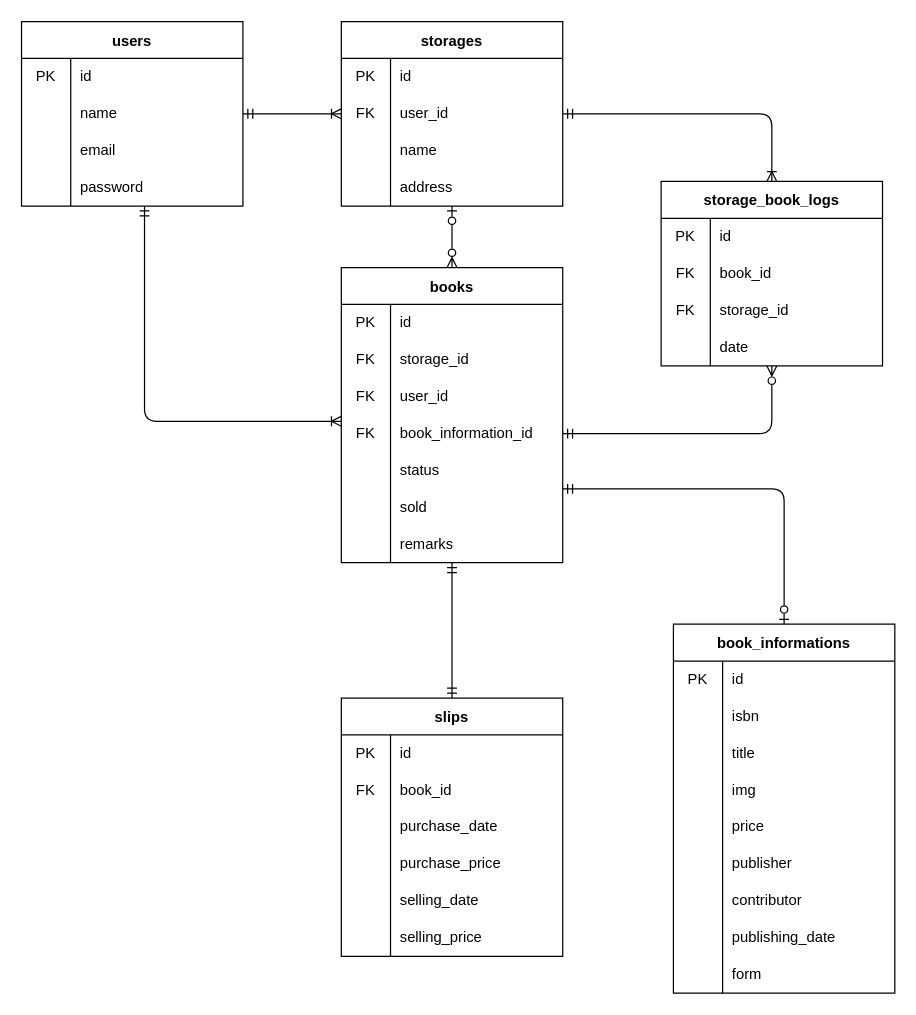
typ2-f/yuzora keeps this draw.io diagram as specs/ERdiagram.drawio. Above is the earlier version. Source tidied: cells renumbered, new cells numbered last; positions are measured from the earlier drawing's top-left corner, leaving out a move shared by most shapes. Both pictures are drawn from the tidied source at 123%, with x=0, y=0 at pixel (21, 21).
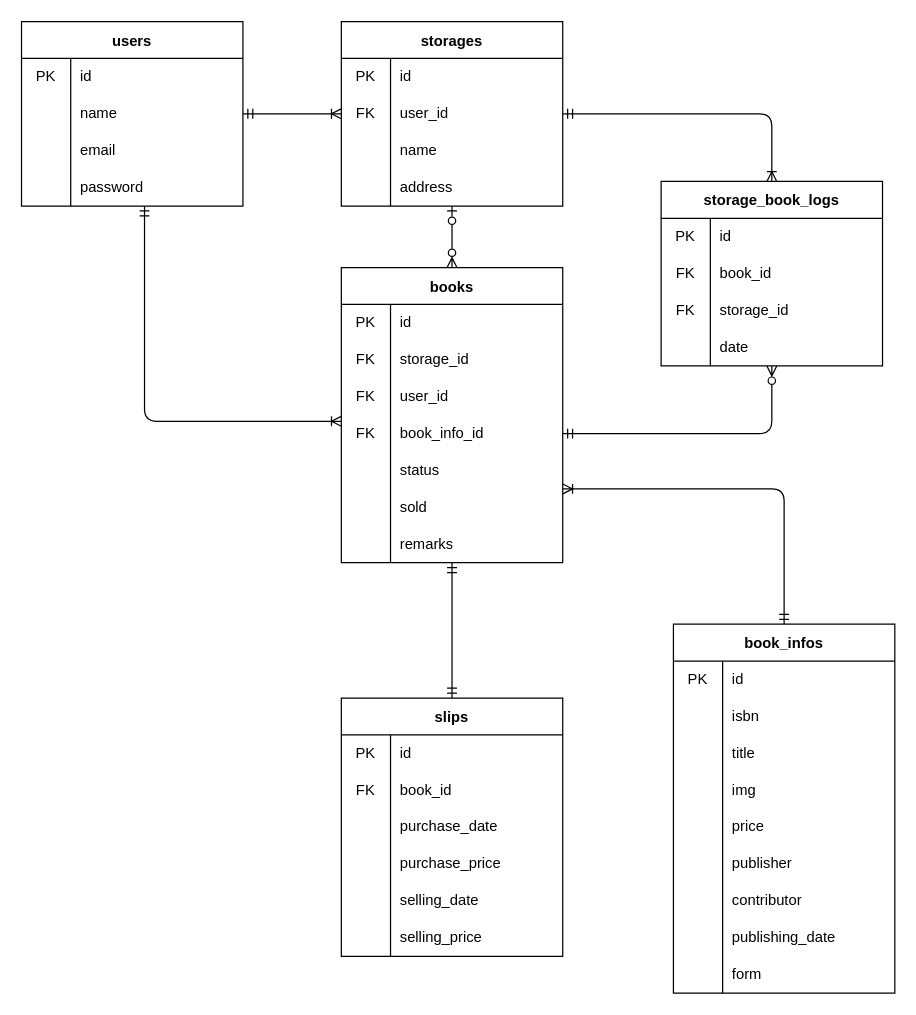
Above is the later version.

Unchanged cells that the change refers to:
```xml
<mxCell id="19" value="books" style="shape=table;startSize=30;childLayout=tableLayout;rowLines=0;fontStyle=1;" parent="1" vertex="1">
  <mxGeometry x="260" y="200" width="180" height="240" as="geometry" />
</mxCell>
<mxCell id="29" style="shape=tableRow;horizontal=0;startSize=0;swimlaneHead=0;swimlaneBody=0;top=0;left=0;bottom=0;right=0;fillColor=none;" parent="19" vertex="1">
  <mxGeometry y="120" width="180" height="30" as="geometry" />
</mxCell>
```

Diff of the diagram source:
```diff
@@
-    <mxCell id="18" style="edgeStyle=orthogonalEdgeStyle;html=1;startArrow=ERmandOne;startFill=0;endArrow=ERzeroToOne;endFill=0;" parent="1" edge="1" source="19" target="89">
+    <mxCell id="18" style="edgeStyle=orthogonalEdgeStyle;html=1;startArrow=ERoneToMany;startFill=0;endArrow=ERmandOne;endFill=0;" parent="1" edge="1" source="19" target="89">
       <mxGeometry relative="1" as="geometry">
         <Array as="points">
           <mxPoint x="620" y="380" />
         </Array>
       </mxGeometry>
     </mxCell>
@@
-    <mxCell id="31" value="book_information_id" style="shape=partialRectangle;html=1;whiteSpace=wrap;fillColor=none;top=0;left=0;bottom=0;right=0;align=left;spacingLeft=6;overflow=hidden;" parent="29" vertex="1">
+    <mxCell id="31" value="book_info_id" style="shape=partialRectangle;html=1;whiteSpace=wrap;fillColor=none;top=0;left=0;bottom=0;right=0;align=left;spacingLeft=6;overflow=hidden;" parent="29" vertex="1">
       <mxGeometry x="40" width="140" height="30" as="geometry" />
     </mxCell>
@@
-    <mxCell id="89" value="book_informations" style="shape=table;startSize=30;childLayout=tableLayout;rowLines=0;fontStyle=1;" parent="1" vertex="1">
+    <mxCell id="89" value="book_infos" style="shape=table;startSize=30;childLayout=tableLayout;rowLines=0;fontStyle=1;" parent="1" vertex="1">
       <mxGeometry x="530" y="490" width="180" height="300" as="geometry" />
     </mxCell>
```
